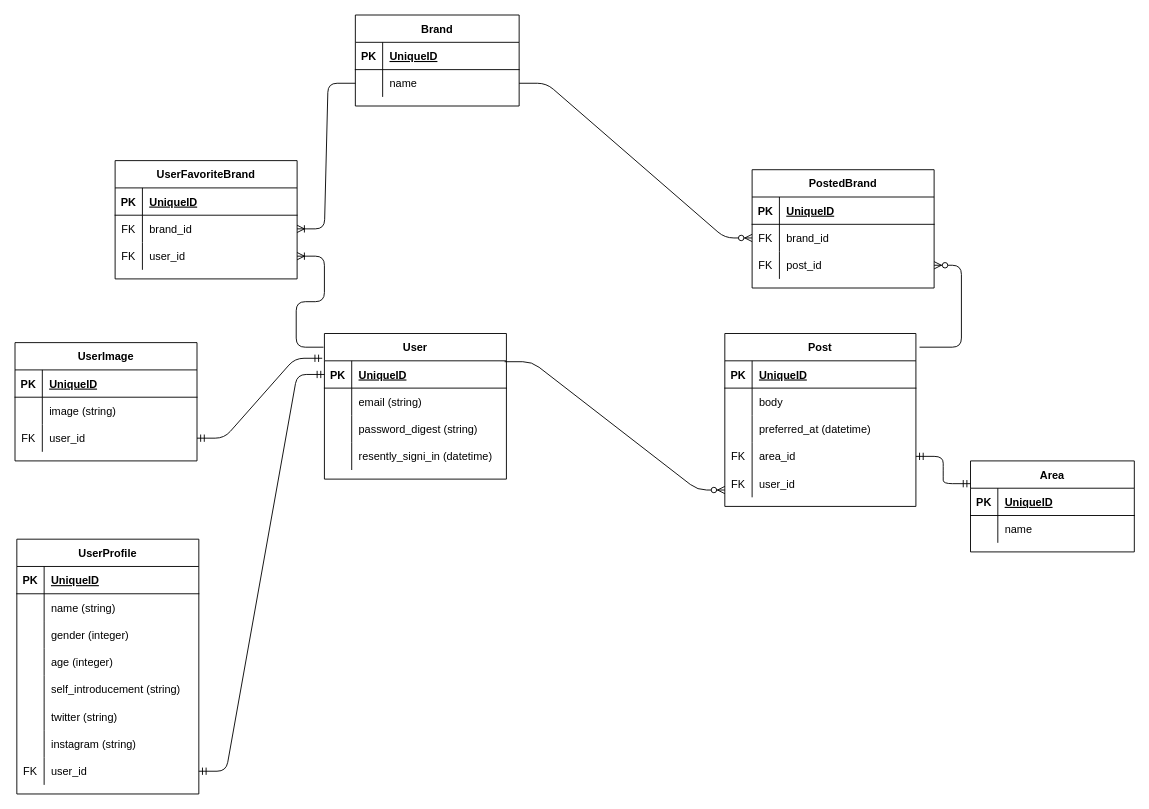
This is er.drawio from kaze0000/Go-With-Fashion-api, a draw.io file, before an edit. Source tidied: cells renumbered, new cells numbered last; positions are measured from the earlier drawing's top-left corner, leaving out a move shared by most shapes. Both pictures are drawn from the tidied source at 91%, with x=0, y=0 at pixel (15, 15).
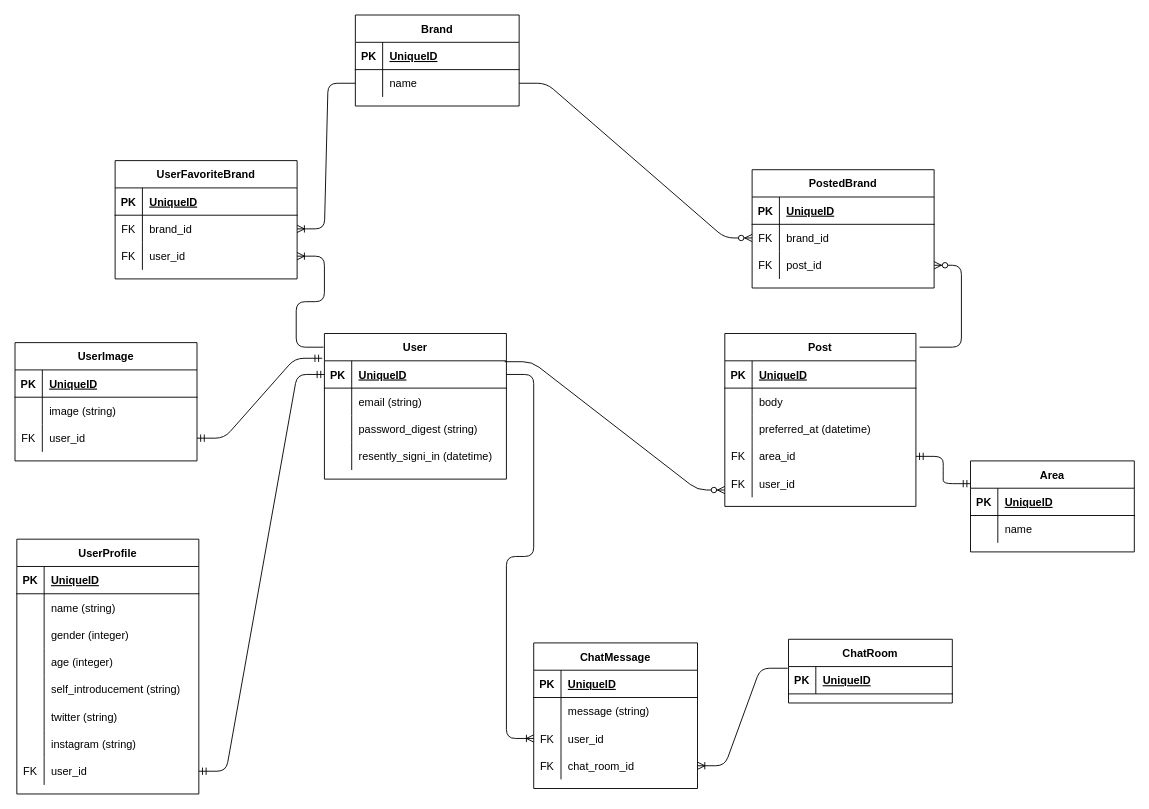
Above is the later version.

Unchanged cells that the change refers to:
```xml
<mxCell id="3" style="shape=partialRectangle;fillColor=none;top=0;left=0;bottom=1;right=0;points=[[0,0.5],[1,0.5]];portConstraint=eastwest;" parent="2" vertex="1">
  <mxGeometry y="30" width="200" height="30" as="geometry" />
</mxCell>
```

Diff of the diagram source:
```diff
@@
+    <mxCell id="108" value="ChatRoom" style="shape=table;startSize=30;childLayout=tableLayout;rowLines=0;fontStyle=1;align=center;" parent="1" vertex="1">
+      <mxGeometry x="850" y="686" width="180" height="70" as="geometry" />
+    </mxCell>
+    <mxCell id="109" style="shape=partialRectangle;fillColor=none;top=0;left=0;bottom=1;right=0;points=[[0,0.5],[1,0.5]];portConstraint=eastwest;" parent="108" vertex="1">
+      <mxGeometry y="30" width="180" height="30" as="geometry" />
+    </mxCell>
+    <mxCell id="110" value="PK" style="shape=partialRectangle;fillColor=none;top=0;left=0;bottom=0;right=0;fontStyle=1;overflow=hidden;" parent="109" vertex="1">
+      <mxGeometry width="30" height="30" as="geometry" />
+    </mxCell>
+    <mxCell id="111" value="UniqueID" style="shape=partialRectangle;fillColor=none;top=0;left=0;bottom=0;right=0;align=left;spacingLeft=6;fontStyle=5;overflow=hidden;" parent="109" vertex="1">
+      <mxGeometry x="30" width="150" height="30" as="geometry" />
+    </mxCell>
+    <mxCell id="112" value="ChatMessage" style="shape=table;startSize=30;childLayout=tableLayout;rowLines=0;fontStyle=1;align=center;" parent="1" vertex="1">
+      <mxGeometry x="570" y="690" width="180" height="160" as="geometry" />
+    </mxCell>
+    <mxCell id="113" style="shape=partialRectangle;fillColor=none;top=0;left=0;bottom=1;right=0;" parent="112" vertex="1">
+      <mxGeometry y="30" width="180" height="30" as="geometry" />
+    </mxCell>
+    <mxCell id="114" value="PK" style="shape=partialRectangle;fillColor=none;top=0;left=0;bottom=0;right=0;fontStyle=1;overflow=hidden;" parent="113" vertex="1">
+      <mxGeometry width="30" height="30" as="geometry" />
+    </mxCell>
+    <mxCell id="115" value="UniqueID" style="shape=partialRectangle;fillColor=none;top=0;left=0;bottom=0;right=0;align=left;spacingLeft=6;fontStyle=5;overflow=hidden;" parent="113" vertex="1">
+      <mxGeometry x="30" width="150" height="30" as="geometry" />
+    </mxCell>
+    <mxCell id="116" style="shape=partialRectangle;fillColor=none;top=0;left=0;bottom=0;right=0;" parent="112" vertex="1">
+      <mxGeometry y="60" width="180" height="30" as="geometry" />
+    </mxCell>
+    <mxCell id="117" style="shape=partialRectangle;fillColor=none;top=0;left=0;bottom=0;right=0;overflow=hidden;" parent="116" vertex="1">
+      <mxGeometry width="30" height="30" as="geometry" />
+    </mxCell>
+    <mxCell id="118" value="message (string)" style="shape=partialRectangle;fillColor=none;top=0;left=0;bottom=0;right=0;align=left;spacingLeft=6;overflow=hidden;" parent="116" vertex="1">
+      <mxGeometry x="30" width="150" height="30" as="geometry" />
+    </mxCell>
+    <mxCell id="119" style="shape=partialRectangle;fillColor=none;top=0;left=0;bottom=0;right=0;points=[[0,0.5],[1,0.5]];portConstraint=eastwest;" parent="112" vertex="1">
+      <mxGeometry y="90" width="180" height="30" as="geometry" />
+    </mxCell>
+    <mxCell id="120" value="FK" style="shape=partialRectangle;fillColor=none;top=0;left=0;bottom=0;right=0;overflow=hidden;" parent="119" vertex="1">
+      <mxGeometry width="30" height="30" as="geometry" />
+    </mxCell>
+    <mxCell id="121" value="user_id" style="shape=partialRectangle;fillColor=none;top=0;left=0;bottom=0;right=0;align=left;spacingLeft=6;overflow=hidden;" parent="119" vertex="1">
+      <mxGeometry x="30" width="150" height="30" as="geometry" />
+    </mxCell>
+    <mxCell id="122" style="shape=partialRectangle;fillColor=none;top=0;left=0;bottom=0;right=0;points=[[0,0.5],[1,0.5]];portConstraint=eastwest;" parent="112" vertex="1">
+      <mxGeometry y="120" width="180" height="30" as="geometry" />
+    </mxCell>
+    <mxCell id="123" value="FK" style="shape=partialRectangle;fillColor=none;top=0;left=0;bottom=0;right=0;overflow=hidden;" parent="122" vertex="1">
+      <mxGeometry width="30" height="30" as="geometry" />
+    </mxCell>
+    <mxCell id="124" value="chat_room_id" style="shape=partialRectangle;fillColor=none;top=0;left=0;bottom=0;right=0;align=left;spacingLeft=6;overflow=hidden;" parent="122" vertex="1">
+      <mxGeometry x="30" width="150" height="30" as="geometry" />
+    </mxCell>
+    <mxCell id="125" style="edgeStyle=entityRelationEdgeStyle;fontSize=12;html=1;endArrow=ERoneToMany;exitX=1;exitY=0.5;exitDx=0;exitDy=0;entryX=0;entryY=0.5;entryDx=0;entryDy=0;" parent="1" edge="1" source="3" target="119">
+      <mxGeometry relative="1" as="geometry" />
+    </mxCell>
+    <mxCell id="126" style="edgeStyle=entityRelationEdgeStyle;fontSize=12;html=1;endArrow=ERoneToMany;exitX=-0.005;exitY=0.061;exitDx=0;exitDy=0;exitPerimeter=0;entryX=1;entryY=0.5;entryDx=0;entryDy=0;" parent="1" edge="1" source="109" target="122">
+      <mxGeometry relative="1" as="geometry" />
+    </mxCell>
```
